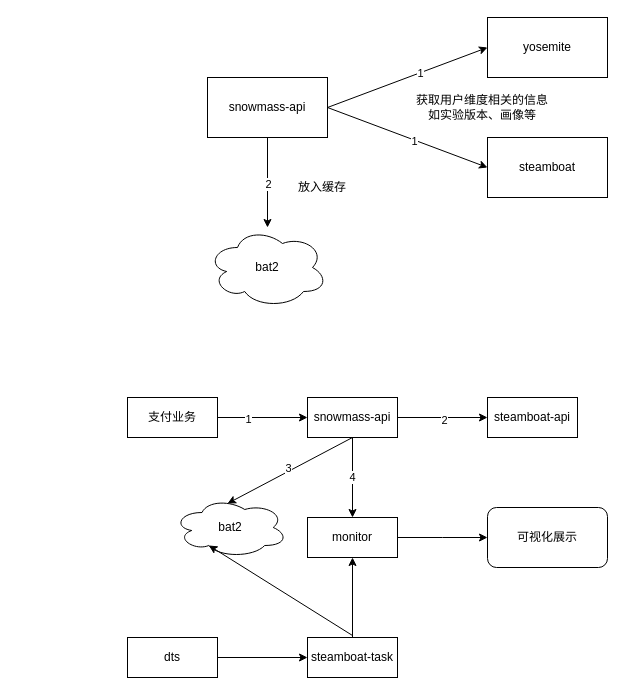
Kang-Shawn/Excellent-life keeps this draw.io diagram as xyhf.drawio. Above is the earlier version. Source tidied: cells renumbered, new cells numbered last; positions are measured from the earlier drawing's top-left corner, leaving out a move shared by most shapes. Both pictures are drawn from the tidied source at 100%, with x=0, y=0 at pixel (127, 17).
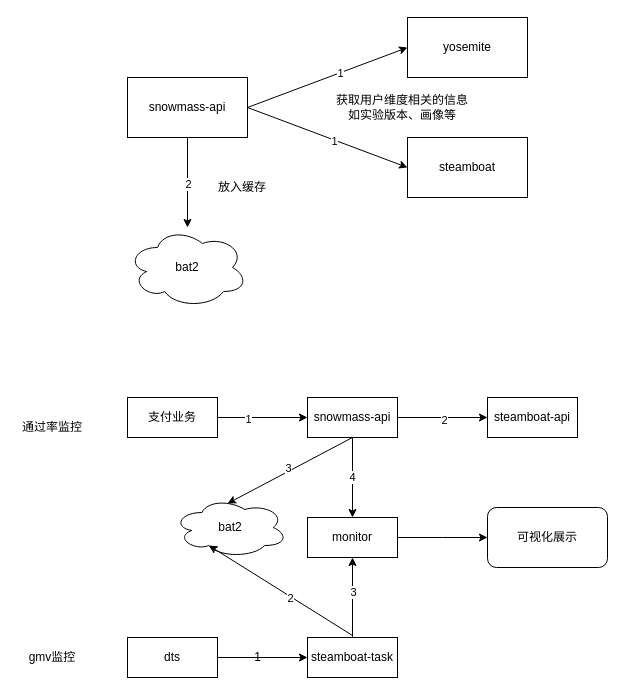
The same diagram, later.

The change refers to these unchanged cells:
```xml
<mxCell id="29" style="edgeStyle=orthogonalEdgeStyle;rounded=0;jettySize=auto;html=1;entryX=0.5;entryY=1;entryDx=0;entryDy=0;" parent="1" edge="1" source="30" target="26">
  <mxGeometry relative="1" as="geometry" />
</mxCell>
<mxCell id="31" style="endArrow=classic;html=1;entryX=0.31;entryY=0.8;entryDx=0;entryDy=0;entryPerimeter=0;" parent="1" edge="1" target="22">
  <mxGeometry relative="1" as="geometry">
    <mxPoint x="225" y="618" as="sourcePoint" />
  </mxGeometry>
</mxCell>
```

Change to the diagram source:
```diff
@@
     <mxCell id="4" value="snowmass-api" style="rounded=0;whiteSpace=wrap;html=1;" parent="1" vertex="1">
-      <mxGeometry x="80" y="60" width="120" height="60" as="geometry" />
+      <mxGeometry y="60" width="120" height="60" as="geometry" />
     </mxCell>
     <mxCell id="5" value="yosemite" style="rounded=0;whiteSpace=wrap;html=1;" parent="1" vertex="1">
-      <mxGeometry x="360" width="120" height="60" as="geometry" />
+      <mxGeometry x="280" width="120" height="60" as="geometry" />
     </mxCell>
     <mxCell id="6" value="steamboat" style="rounded=0;whiteSpace=wrap;html=1;" parent="1" vertex="1">
-      <mxGeometry x="360" y="120" width="120" height="60" as="geometry" />
+      <mxGeometry x="280" y="120" width="120" height="60" as="geometry" />
     </mxCell>
@@
     <mxCell id="11" value="bat2" style="ellipse;shape=cloud;whiteSpace=wrap;html=1;" parent="1" vertex="1">
-      <mxGeometry x="80" y="210" width="120" height="80" as="geometry" />
+      <mxGeometry y="210" width="120" height="80" as="geometry" />
     </mxCell>
     <mxCell id="12" value="获取用户维度相关的信息&lt;br&gt;如实验版本、画像等" style="text;html=1;strokeColor=none;fillColor=none;align=center;verticalAlign=middle;whiteSpace=wrap;rounded=0;" parent="1" vertex="1">
-      <mxGeometry x="280" y="80" width="150" height="20" as="geometry" />
+      <mxGeometry x="200" y="80" width="150" height="20" as="geometry" />
     </mxCell>
     <mxCell id="13" value="放入缓存" style="text;html=1;strokeColor=none;fillColor=none;align=center;verticalAlign=middle;whiteSpace=wrap;rounded=0;" parent="1" vertex="1">
-      <mxGeometry x="160" y="160" width="70" height="20" as="geometry" />
+      <mxGeometry x="80" y="160" width="70" height="20" as="geometry" />
     </mxCell>
@@
+    <mxCell id="33" value="3" style="edgeLabel;html=1;align=center;verticalAlign=middle;" parent="29" vertex="1">
+      <mxGeometry x="0.15" relative="1" as="geometry" />
+    </mxCell>
@@
+    <mxCell id="34" value="2" style="edgeLabel;html=1;align=center;verticalAlign=middle;" parent="31" vertex="1">
+      <mxGeometry x="-0.14" y="1" relative="1" as="geometry" />
+    </mxCell>
@@
+    <mxCell id="35" value="通过率监控" style="text;html=1;strokeColor=none;fillColor=none;align=center;verticalAlign=middle;whiteSpace=wrap;rounded=0;" parent="1" vertex="1">
+      <mxGeometry x="-110" y="400" width="70" height="20" as="geometry" />
+    </mxCell>
+    <mxCell id="36" value="gmv监控" style="text;html=1;strokeColor=none;fillColor=none;align=center;verticalAlign=middle;whiteSpace=wrap;rounded=0;" parent="1" vertex="1">
+      <mxGeometry x="-110" y="630" width="70" height="20" as="geometry" />
+    </mxCell>
+    <mxCell id="37" value="1" style="text;html=1;align=center;verticalAlign=middle;" parent="1" vertex="1">
+      <mxGeometry x="120" y="630" width="20" height="20" as="geometry" />
+    </mxCell>
```
